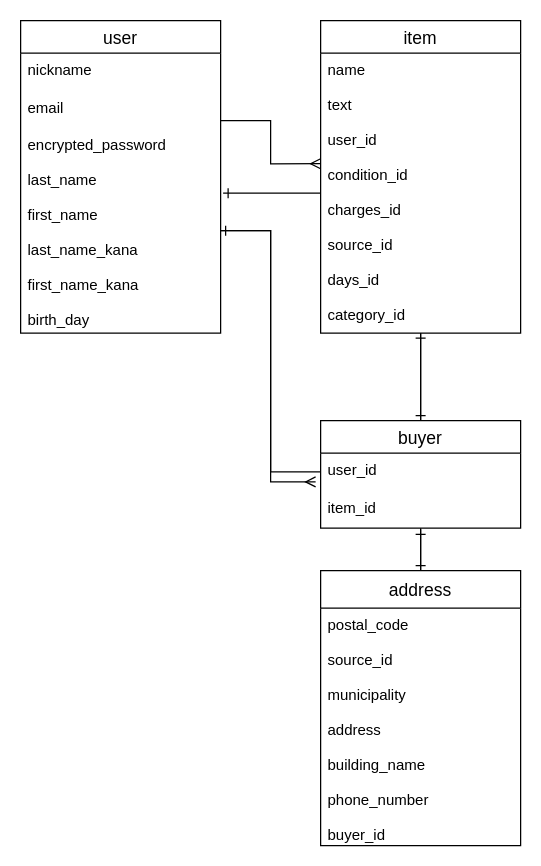
nakakou0703/furima-34877- keeps this draw.io diagram as ER.dio. Above is the earlier version. Source tidied: cells renumbered, new cells numbered last; positions are measured from the earlier drawing's top-left corner, leaving out a move shared by most shapes. Both pictures are drawn from the tidied source at 125%, with x=0, y=0 at pixel (20, 20).
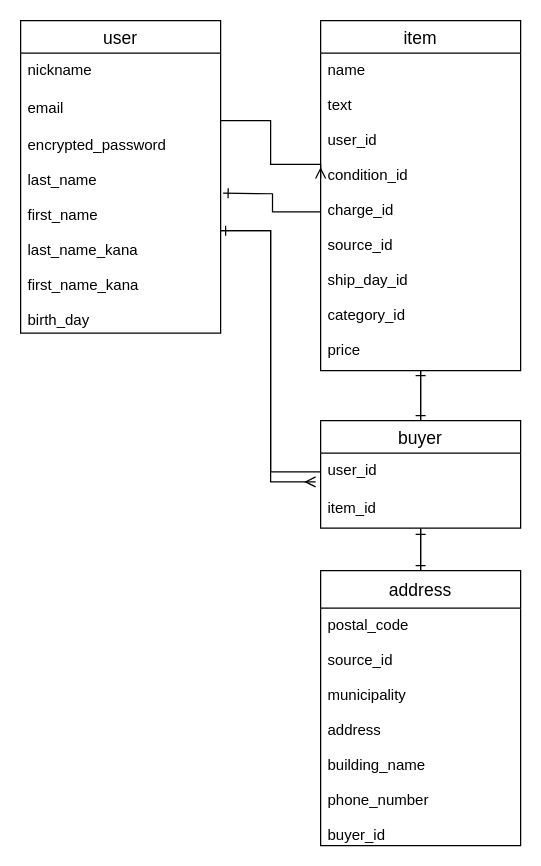
The same page after the edit.

Commit message (it also covers changes not shown here):
ER図・README作成（修正４回目）

What changed in the source:
```diff
@@
     <mxCell id="7" value="item" style="swimlane;fontStyle=0;horizontal=1;startSize=26;align=center;fontSize=14;" parent="1" vertex="1">
-      <mxGeometry x="240" width="160" height="250" as="geometry" />
+      <mxGeometry x="240" width="160" height="280" as="geometry" />
     </mxCell>
-    <mxCell id="8" value="name&#10;&#10;text&#10;&#10;user_id&#10;&#10;condition_id&#10;&#10;charges_id &#10;&#10;source_id&#10;&#10;days_id&#10;&#10;category_id" style="text;strokeColor=none;fillColor=none;spacingLeft=4;spacingRight=4;overflow=hidden;points=[[0,0.5],[1,0.5]];portConstraint=eastwest;fontSize=12;" parent="7" vertex="1">
-      <mxGeometry y="26" width="160" height="224" as="geometry" />
+    <mxCell id="8" value="name&#10;&#10;text&#10;&#10;user_id&#10;&#10;condition_id&#10;&#10;charge_id &#10;&#10;source_id&#10;&#10;ship_day_id&#10;&#10;category_id&#10;&#10;price" style="text;strokeColor=none;fillColor=none;spacingLeft=4;spacingRight=4;overflow=hidden;points=[[0,0.5],[1,0.5]];portConstraint=eastwest;fontSize=12;" parent="7" vertex="1">
+      <mxGeometry y="26" width="160" height="254" as="geometry" />
     </mxCell>
```
